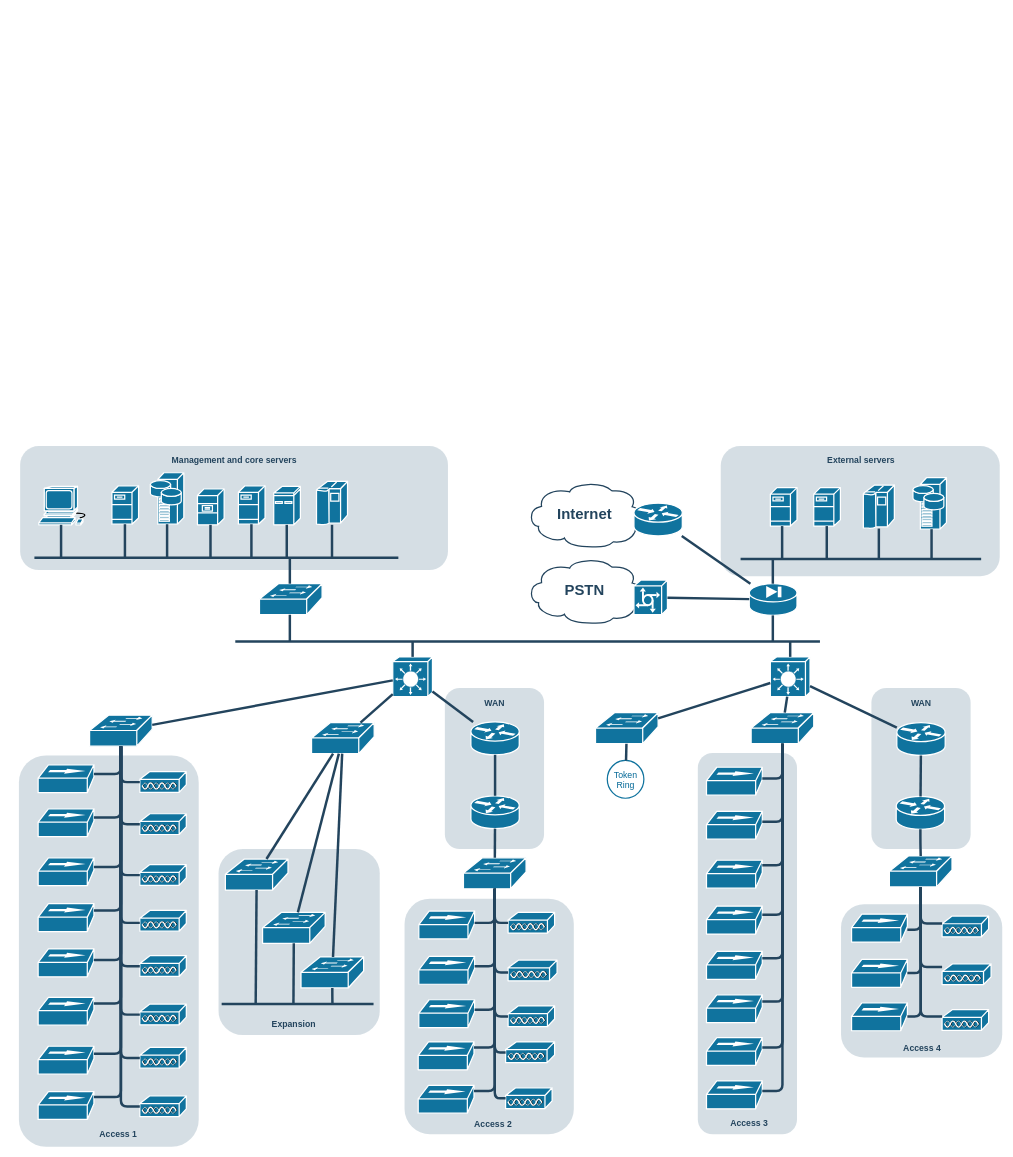
The draw.io diagram Untitled Diagram.drawio in DmitriyKardapoltsev/devops-netology, before the edit. Source tidied: cells renumbered, new cells numbered last; positions are measured from the earlier drawing's top-left corner, leaving out a move shared by most shapes. Both pictures are drawn from the tidied source at 62%, with x=0, y=0 at pixel (19, 446).
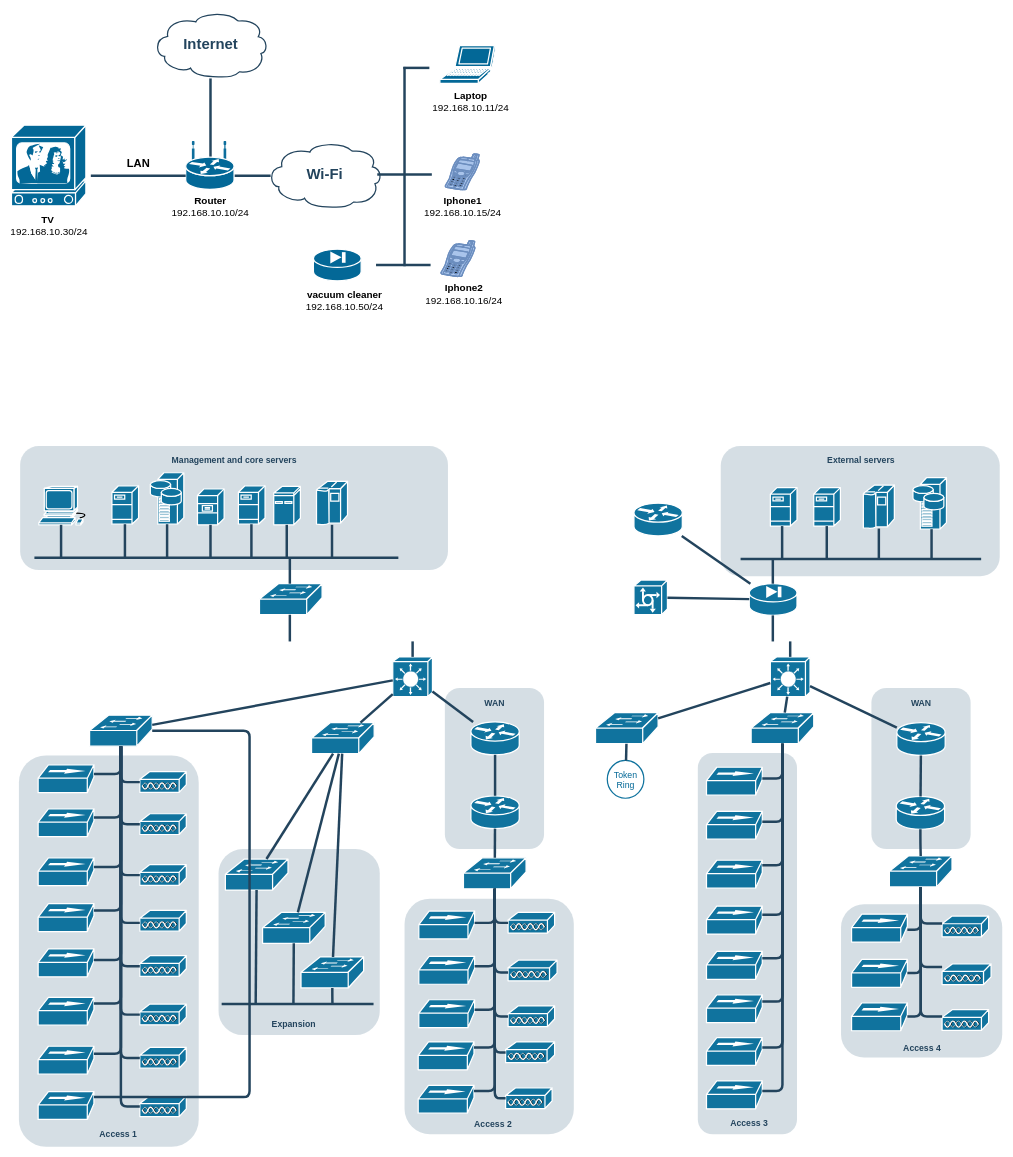
The same diagram, later.

The change refers to these unchanged cells:
```xml
<mxCell id="30" style="shape=mxgraph.cisco.switches.workgroup_switch;html=1;dashed=0;fillColor=#10739E;strokeColor=#ffffff;strokeWidth=2;verticalLabelPosition=bottom;verticalAlign=top;fontFamily=Helvetica;fontSize=36;fontColor=#FFB366;" parent="1" vertex="1">
  <mxGeometry x="114" y="434" width="101" height="50" as="geometry" />
</mxCell>
<mxCell id="150" style="shape=mxgraph.cisco.hubs_and_gateways.100baset_hub;html=1;dashed=0;fillColor=#10739E;strokeColor=#ffffff;strokeWidth=2;verticalLabelPosition=bottom;verticalAlign=top;fontFamily=Helvetica;fontSize=36;fontColor=#FFB366;" parent="1" vertex="1">
  <mxGeometry x="31" y="1041" width="90" height="45" as="geometry" />
</mxCell>
```

Diff of the diagram source:
```diff
@@
     <mxCell id="25" value="Internet" style="shape=mxgraph.cisco.storage.cloud;html=1;dashed=0;strokeColor=#23445D;fillColor=#ffffff;strokeWidth=2;fontFamily=Helvetica;fontSize=24;fontColor=#23445D;align=center;fontStyle=1;" parent="1" vertex="1">
-      <mxGeometry x="819" y="57" width="186" height="106" as="geometry" />
+      <mxGeometry x="216" y="-701" width="186" height="106" as="geometry" />
     </mxCell>
-    <mxCell id="26" value="PSTN" style="shape=mxgraph.cisco.storage.cloud;html=1;dashed=0;strokeColor=#23445D;fillColor=#ffffff;strokeWidth=2;fontFamily=Helvetica;fontSize=24;fontColor=#23445D;fontStyle=1;" parent="1" vertex="1">
-      <mxGeometry x="819" y="180" width="186" height="106" as="geometry" />
+    <mxCell id="26" value="Wi-Fi" style="shape=mxgraph.cisco.storage.cloud;html=1;dashed=0;strokeColor=#23445D;fillColor=#ffffff;strokeWidth=2;fontFamily=Helvetica;fontSize=24;fontColor=#23445D;fontStyle=1;" parent="1" vertex="1">
+      <mxGeometry x="400" y="-491" width="186" height="106" as="geometry" />
     </mxCell>
@@
     <mxCell id="70" style="line;html=1;strokeColor=#23445D;" parent="1" vertex="1">
-      <mxGeometry x="349" y="310" width="943" height="10" as="geometry" />
+      <mxGeometry x="347" y="-441" width="59" height="10" as="geometry" />
     </mxCell>
@@
     <mxCell id="157" style="edgeStyle=orthogonalEdgeStyle;rounded=1;html=1;endArrow=none;endFill=0;strokeColor=#23445D;strokeWidth=4;fontSize=14;fontColor=#990000;" parent="1" edge="1" source="30" target="150">
       <mxGeometry relative="1" as="geometry">
         <Array as="points">
-          <mxPoint x="165" y="1050" />
+          <mxPoint x="372" y="459" />
+          <mxPoint x="372" y="1050" />
         </Array>
       </mxGeometry>
     </mxCell>
@@
+    <mxCell id="174" style="shape=mxgraph.cisco.computers_and_peripherals.laptop;sketch=0;html=1;dashed=0;fillColor=#036897;strokeColor=#ffffff;strokeWidth=2;verticalLabelPosition=bottom;verticalAlign=top;align=center;" parent="1" vertex="1">
+      <mxGeometry x="679" y="-646" width="90" height="61" as="geometry" />
+    </mxCell>
+    <mxCell id="175" style="shape=mxgraph.cisco.routers.wireless_router;sketch=0;html=1;dashed=0;fillColor=#036897;strokeColor=#ffffff;strokeWidth=2;verticalLabelPosition=bottom;verticalAlign=top;align=center;" parent="1" vertex="1">
+      <mxGeometry x="269" y="-491" width="78" height="77" as="geometry" />
+    </mxCell>
+    <mxCell id="176" value="&lt;b&gt;Router&lt;/b&gt;&lt;br&gt;192.168.10.10/24" style="text;strokeColor=none;align=center;fillColor=none;html=1;verticalAlign=middle;whiteSpace=wrap;rounded=0;fontSize=16;" parent="1" vertex="1">
+      <mxGeometry x="279" y="-401" width="60" height="30" as="geometry" />
+    </mxCell>
+    <mxCell id="177" style="shape=mxgraph.cisco.misc.tv;sketch=0;html=1;dashed=0;fillColor=#036897;strokeColor=#ffffff;strokeWidth=2;verticalLabelPosition=bottom;verticalAlign=top;align=center;" parent="1" vertex="1">
+      <mxGeometry x="-12" y="-517.5" width="120" height="130" as="geometry" />
+    </mxCell>
+    <mxCell id="178" style="shape=mxgraph.cisco.modems_and_phones.cell_phone;sketch=0;html=1;dashed=0;fillColor=#A9C4EB;strokeColor=#6c8ebf;strokeWidth=2;verticalLabelPosition=bottom;verticalAlign=top;align=center;" parent="1" vertex="1">
+      <mxGeometry x="686" y="-471" width="57" height="58" as="geometry" />
+    </mxCell>
+    <mxCell id="179" style="shape=mxgraph.cisco.modems_and_phones.cell_phone;sketch=0;html=1;dashed=0;fillColor=#A9C4EB;strokeColor=#6c8ebf;strokeWidth=2;verticalLabelPosition=bottom;verticalAlign=top;align=center;" parent="1" vertex="1">
+      <mxGeometry x="679" y="-331" width="57" height="58" as="geometry" />
+    </mxCell>
+    <mxCell id="180" style="line;html=1;strokeColor=#23445D;" parent="1" vertex="1">
+      <mxGeometry x="116" y="-441" width="153" height="10" as="geometry" />
+    </mxCell>
+    <mxCell id="181" style="line;html=1;strokeColor=#23445D;rotation=-90;" parent="1" vertex="1">
+      <mxGeometry x="246" y="-615" width="126" height="170" as="geometry" />
+    </mxCell>
+    <mxCell id="182" value="&lt;b style=&quot;font-size: 18px;&quot;&gt;&lt;font style=&quot;font-size: 18px;&quot;&gt;LAN&lt;/font&gt;&lt;/b&gt;" style="text;strokeColor=none;align=center;fillColor=none;html=1;verticalAlign=middle;whiteSpace=wrap;rounded=0;fontSize=18;" parent="1" vertex="1">
+      <mxGeometry x="163" y="-471" width="60" height="30" as="geometry" />
+    </mxCell>
+    <mxCell id="183" style="line;html=1;strokeColor=#23445D;" parent="1" vertex="1">
+      <mxGeometry x="578" y="-443" width="88" height="10" as="geometry" />
+    </mxCell>
+    <mxCell id="184" style="line;html=1;strokeColor=#23445D;rotation=-90;" parent="1" vertex="1">
+      <mxGeometry x="461.2" y="-455.8" width="321.5" height="10" as="geometry" />
+    </mxCell>
+    <mxCell id="185" style="line;html=1;strokeColor=#23445D;" parent="1" vertex="1">
+      <mxGeometry x="576" y="-297" width="88" height="10" as="geometry" />
+    </mxCell>
+    <mxCell id="186" style="line;html=1;strokeColor=#23445D;" parent="1" vertex="1">
+      <mxGeometry x="620" y="-615" width="42" height="10" as="geometry" />
+    </mxCell>
+    <mxCell id="187" value="&lt;b&gt;TV&amp;nbsp;&lt;/b&gt;&lt;br&gt;192.168.10.30/24" style="text;strokeColor=none;align=center;fillColor=none;html=1;verticalAlign=middle;whiteSpace=wrap;rounded=0;fontSize=16;" parent="1" vertex="1">
+      <mxGeometry x="19" y="-371" width="60" height="30" as="geometry" />
+    </mxCell>
+    <mxCell id="188" value="&lt;b&gt;Laptop&lt;/b&gt;&lt;br&gt;192.168.10.11/24" style="text;strokeColor=none;align=center;fillColor=none;html=1;verticalAlign=middle;whiteSpace=wrap;rounded=0;fontSize=16;" parent="1" vertex="1">
+      <mxGeometry x="699" y="-571" width="60" height="30" as="geometry" />
+    </mxCell>
+    <mxCell id="189" value="&lt;b&gt;Iphone1&lt;/b&gt;&lt;br&gt;192.168.10.15/24" style="text;strokeColor=none;align=center;fillColor=none;html=1;verticalAlign=middle;whiteSpace=wrap;rounded=0;fontSize=16;" parent="1" vertex="1">
+      <mxGeometry x="686" y="-401" width="60" height="30" as="geometry" />
+    </mxCell>
+    <mxCell id="190" value="&lt;b&gt;Iphone2&lt;/b&gt;&lt;br&gt;192.168.10.16/24" style="text;strokeColor=none;align=center;fillColor=none;html=1;verticalAlign=middle;whiteSpace=wrap;rounded=0;fontSize=16;" parent="1" vertex="1">
+      <mxGeometry x="688" y="-260" width="60" height="30" as="geometry" />
+    </mxCell>
+    <mxCell id="191" style="shape=mxgraph.cisco.security.pix_firewall;sketch=0;html=1;dashed=0;fillColor=#036897;strokeColor=#ffffff;strokeWidth=2;verticalLabelPosition=bottom;verticalAlign=top;align=center;" parent="1" vertex="1">
+      <mxGeometry x="475" y="-317.5" width="77" height="51" as="geometry" />
+    </mxCell>
+    <mxCell id="192" value="&lt;b&gt;vacuum cleaner&lt;/b&gt;&lt;br&gt;192.168.10.50/24" style="text;strokeColor=none;align=center;fillColor=none;html=1;verticalAlign=middle;whiteSpace=wrap;rounded=0;fontSize=16;" parent="1" vertex="1">
+      <mxGeometry x="483.5" y="-250" width="82.5" height="30" as="geometry" />
+    </mxCell>
```
